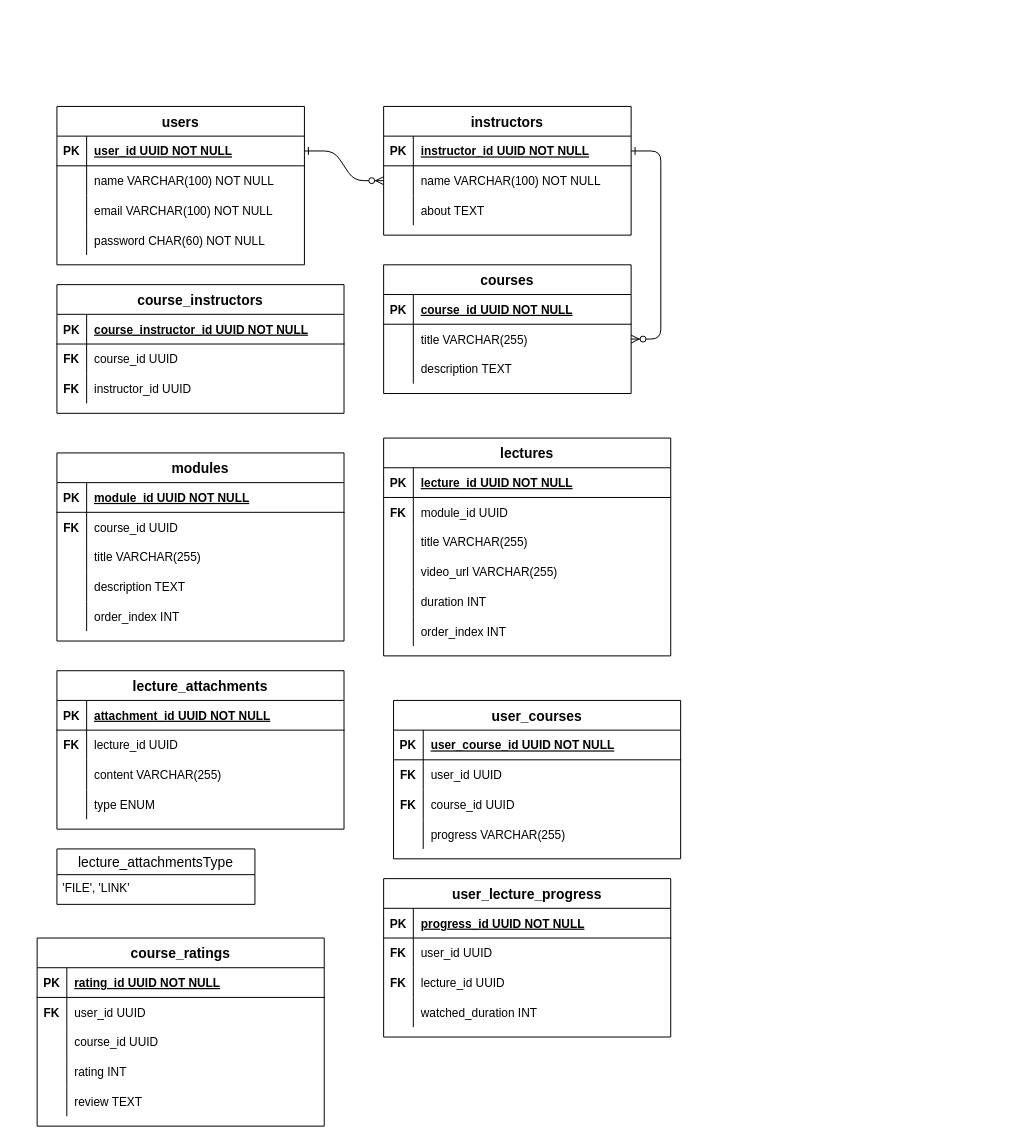
This is schema for Udemy.drawio from geeky-sanjay/class-diagrams, a draw.io file, before an edit. Source tidied: cells renumbered, new cells numbered last; positions are measured from the earlier drawing's top-left corner, leaving out a move shared by most shapes. Both pictures are drawn from the tidied source at 99%, with x=0, y=0 at pixel (37, 106).
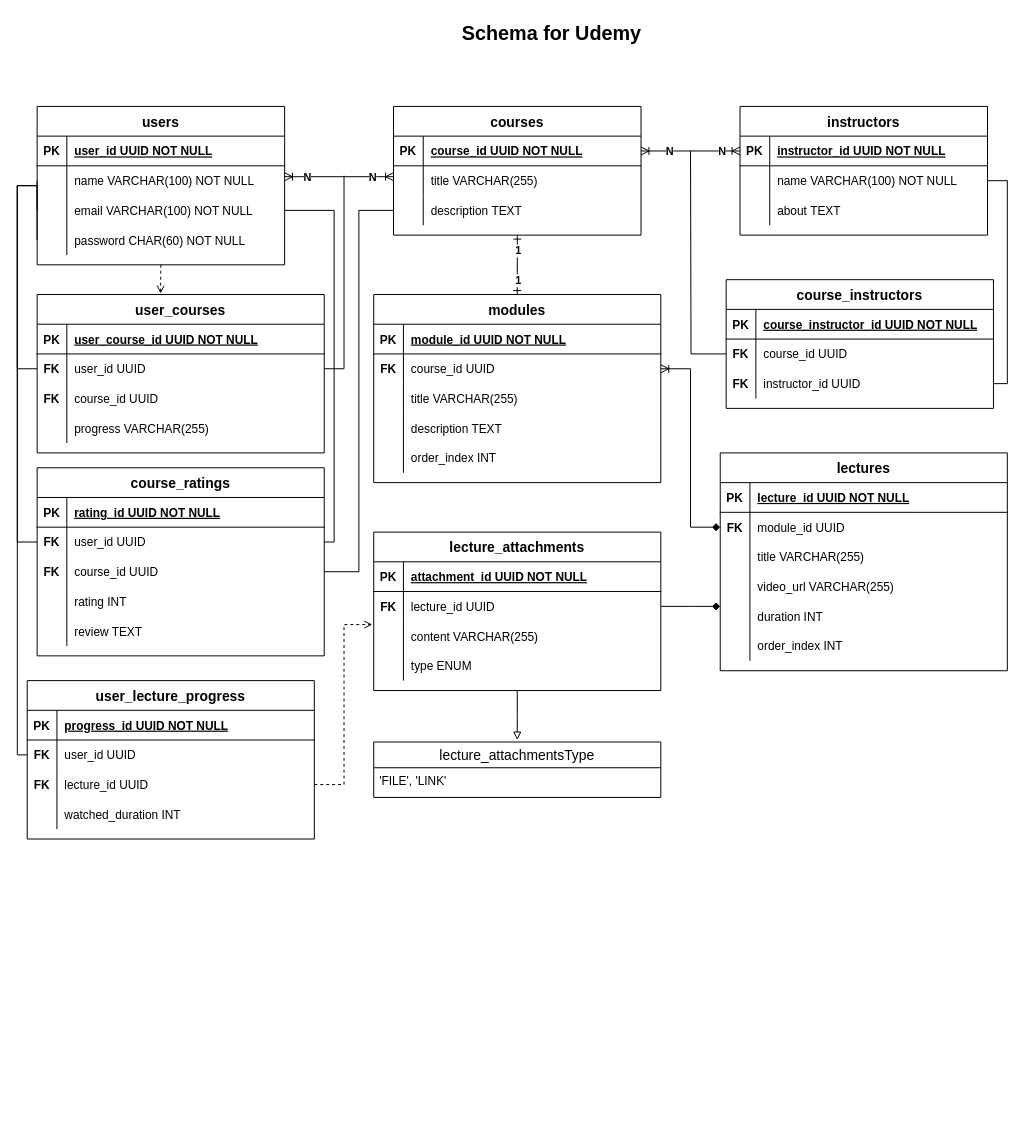
The same diagram, later.

The change refers to these unchanged cells:
```xml
<mxCell id="5" style="shape=partialRectangle;fillColor=none;points=[[0,0.5],[1,0.5]];portConstraint=eastwest;top=0;left=0;right=0;bottom=1;" parent="4" vertex="1">
  <mxGeometry y="30" width="250" height="30" as="geometry" />
</mxCell>
<mxCell id="8" style="shape=partialRectangle;fillColor=none;points=[[0,0.5],[1,0.5]];portConstraint=eastwest;top=0;left=0;right=0;bottom=0;" parent="4" vertex="1">
  <mxGeometry y="60" width="250" height="30" as="geometry" />
</mxCell>
<mxCell id="15" style="shape=partialRectangle;fillColor=none;points=[[0,0.5],[1,0.5]];portConstraint=eastwest;top=0;left=0;right=0;bottom=1;" parent="14" vertex="1">
  <mxGeometry y="30" width="250" height="30" as="geometry" />
</mxCell>
<mxCell id="18" style="shape=partialRectangle;fillColor=none;points=[[0,0.5],[1,0.5]];portConstraint=eastwest;top=0;left=0;right=0;bottom=0;" parent="14" vertex="1">
  <mxGeometry y="60" width="250" height="30" as="geometry" />
</mxCell>
<mxCell id="21" style="shape=partialRectangle;fillColor=none;points=[[0,0.5],[1,0.5]];portConstraint=eastwest;top=0;left=0;right=0;bottom=0;" parent="14" vertex="1">
  <mxGeometry y="90" width="250" height="30" as="geometry" />
</mxCell>
<mxCell id="25" style="shape=partialRectangle;fillColor=none;points=[[0,0.5],[1,0.5]];portConstraint=eastwest;top=0;left=0;right=0;bottom=1;" parent="24" vertex="1">
  <mxGeometry y="30" width="250" height="30" as="geometry" />
</mxCell>
<mxCell id="28" style="shape=partialRectangle;fillColor=none;points=[[0,0.5],[1,0.5]];portConstraint=eastwest;top=0;left=0;right=0;bottom=0;" parent="24" vertex="1">
  <mxGeometry y="60" width="250" height="30" as="geometry" />
</mxCell>
<mxCell id="31" style="shape=partialRectangle;fillColor=none;points=[[0,0.5],[1,0.5]];portConstraint=eastwest;top=0;left=0;right=0;bottom=0;" parent="24" vertex="1">
  <mxGeometry y="90" width="250" height="30" as="geometry" />
</mxCell>
<mxCell id="34" style="shape=partialRectangle;fillColor=none;points=[[0,0.5],[1,0.5]];portConstraint=eastwest;top=0;left=0;right=0;bottom=0;" parent="24" vertex="1">
  <mxGeometry y="120" width="250" height="30" as="geometry" />
</mxCell>
<mxCell id="51" style="shape=partialRectangle;fillColor=none;points=[[0,0.5],[1,0.5]];portConstraint=eastwest;top=0;left=0;right=0;bottom=0;" parent="47" vertex="1">
  <mxGeometry y="60" width="290" height="30" as="geometry" />
</mxCell>
<mxCell id="67" style="shape=partialRectangle;fillColor=none;points=[[0,0.5],[1,0.5]];portConstraint=eastwest;top=0;left=0;right=0;bottom=0;" parent="63" vertex="1">
  <mxGeometry y="60" width="290" height="30" as="geometry" />
</mxCell>
<mxCell id="86" style="shape=partialRectangle;fillColor=none;points=[[0,0.5],[1,0.5]];portConstraint=eastwest;top=0;left=0;right=0;bottom=0;" parent="82" vertex="1">
  <mxGeometry y="60" width="290" height="30" as="geometry" />
</mxCell>
<mxCell id="89" style="shape=partialRectangle;fillColor=none;points=[[0,0.5],[1,0.5]];portConstraint=eastwest;top=0;left=0;right=0;bottom=0;" parent="82" vertex="1">
  <mxGeometry y="90" width="290" height="30" as="geometry" />
</mxCell>
<mxCell id="101" style="shape=partialRectangle;fillColor=none;points=[[0,0.5],[1,0.5]];portConstraint=eastwest;top=0;left=0;right=0;bottom=0;" parent="97" vertex="1">
  <mxGeometry y="60" width="290" height="30" as="geometry" />
</mxCell>
<mxCell id="114" style="shape=partialRectangle;fillColor=none;points=[[0,0.5],[1,0.5]];portConstraint=eastwest;top=0;left=0;right=0;bottom=0;" parent="110" vertex="1">
  <mxGeometry y="60" width="290" height="30" as="geometry" />
</mxCell>
<mxCell id="117" style="shape=partialRectangle;fillColor=none;points=[[0,0.5],[1,0.5]];portConstraint=eastwest;top=0;left=0;right=0;bottom=0;" parent="110" vertex="1">
  <mxGeometry y="90" width="290" height="30" as="geometry" />
</mxCell>
<mxCell id="127" style="shape=partialRectangle;fillColor=none;points=[[0,0.5],[1,0.5]];portConstraint=eastwest;top=0;left=0;right=0;bottom=0;" parent="123" vertex="1">
  <mxGeometry y="60" width="290" height="30" as="geometry" />
</mxCell>
<mxCell id="130" style="shape=partialRectangle;fillColor=none;points=[[0,0.5],[1,0.5]];portConstraint=eastwest;top=0;left=0;right=0;bottom=0;" parent="123" vertex="1">
  <mxGeometry y="90" width="290" height="30" as="geometry" />
</mxCell>
```

The edit, as a diff of the source:
```diff
@@
-    <mxCell id="2" style="edgeStyle=entityRelationEdgeStyle;endArrow=ERzeroToMany;startArrow=ERone;endFill=1;startFill=0;" parent="1" edge="1" source="25" target="8">
-      <mxGeometry relative="1" as="geometry" />
-    </mxCell>
-    <mxCell id="3" style="edgeStyle=entityRelationEdgeStyle;endArrow=ERzeroToMany;startArrow=ERone;endFill=1;startFill=0;" parent="1" edge="1" source="5" target="18">
-      <mxGeometry relative="1" as="geometry" />
-    </mxCell>
     <mxCell id="4" value="instructors" style="shape=table;startSize=30;childLayout=tableLayout;rowLines=0;fontStyle=1;align=center;fontSize=14;" parent="1" vertex="1">
-      <mxGeometry x="350" width="250" height="130" as="geometry" />
+      <mxGeometry x="710" width="250" height="130" as="geometry" />
     </mxCell>
@@
+    <mxCell id="139" style="edgeStyle=orthogonalEdgeStyle;rounded=0;jettySize=auto;html=1;exitX=0.5;exitY=1;exitDx=0;exitDy=0;entryX=0.5;entryY=0;entryDx=0;entryDy=0;endArrow=ERone;endFill=0;startArrow=ERone;startFill=0;" parent="1" edge="1" source="14" target="47">
+      <mxGeometry relative="1" as="geometry" />
+    </mxCell>
+    <mxCell id="140" value="&lt;b&gt;1&lt;/b&gt;" style="edgeLabel;html=1;align=center;verticalAlign=middle;" parent="139" vertex="1">
+      <mxGeometry x="-0.5" y="2" relative="1" as="geometry">
+        <mxPoint x="-2" as="offset" />
+      </mxGeometry>
+    </mxCell>
+    <mxCell id="141" value="&lt;b&gt;1&lt;/b&gt;" style="edgeLabel;html=1;align=center;verticalAlign=middle;" parent="139" vertex="1">
+      <mxGeometry x="0.51" relative="1" as="geometry" />
+    </mxCell>
     <mxCell id="14" value="courses" style="shape=table;startSize=30;childLayout=tableLayout;rowLines=0;fontStyle=1;align=center;fontSize=14;" parent="1" vertex="1">
-      <mxGeometry x="350" y="160" width="250" height="130" as="geometry" />
+      <mxGeometry x="360" width="250" height="130" as="geometry" />
     </mxCell>
@@
     <mxCell id="24" value="users" style="shape=table;startSize=30;childLayout=tableLayout;rowLines=0;fontStyle=1;align=center;fontSize=14;" parent="1" vertex="1">
-      <mxGeometry x="20" width="250" height="160" as="geometry" />
+      <mxGeometry width="250" height="160" as="geometry" />
     </mxCell>
@@
     <mxCell id="37" value="course_instructors" style="shape=table;startSize=30;childLayout=tableLayout;rowLines=0;fontStyle=1;align=center;fontSize=14;" parent="1" vertex="1">
-      <mxGeometry x="20" y="180" width="290" height="130" as="geometry" />
+      <mxGeometry x="696" y="175" width="270" height="130" as="geometry" />
     </mxCell>
     <mxCell id="38" style="shape=partialRectangle;fillColor=none;top=0;left=0;right=0;bottom=1;" parent="37" vertex="1">
-      <mxGeometry y="30" width="290" height="30" as="geometry" />
+      <mxGeometry y="30" width="270" height="30" as="geometry" />
     </mxCell>
@@
     <mxCell id="40" value="course_instructor_id UUID NOT NULL " style="shape=partialRectangle;overflow=hidden;fillColor=none;top=0;left=0;bottom=0;right=0;align=left;spacingLeft=6;fontStyle=5;" parent="38" vertex="1">
-      <mxGeometry x="30" width="260" height="30" as="geometry" />
+      <mxGeometry x="30" width="240" height="30" as="geometry" />
     </mxCell>
     <mxCell id="41" style="shape=partialRectangle;fillColor=none;points=[[0,0.5],[1,0.5]];portConstraint=eastwest;top=0;left=0;right=0;bottom=0;" parent="37" vertex="1">
-      <mxGeometry y="60" width="290" height="30" as="geometry" />
+      <mxGeometry y="60" width="270" height="30" as="geometry" />
     </mxCell>
@@
     <mxCell id="43" value="course_id UUID" style="shape=partialRectangle;overflow=hidden;fillColor=none;top=0;left=0;bottom=0;right=0;align=left;spacingLeft=6;" parent="41" vertex="1">
-      <mxGeometry x="30" width="260" height="30" as="geometry" />
+      <mxGeometry x="30" width="240" height="30" as="geometry" />
     </mxCell>
     <mxCell id="44" style="shape=partialRectangle;fillColor=none;points=[[0,0.5],[1,0.5]];portConstraint=eastwest;top=0;left=0;right=0;bottom=0;" parent="37" vertex="1">
-      <mxGeometry y="90" width="290" height="30" as="geometry" />
+      <mxGeometry y="90" width="270" height="30" as="geometry" />
     </mxCell>
@@
     <mxCell id="46" value="instructor_id UUID" style="shape=partialRectangle;overflow=hidden;fillColor=none;top=0;left=0;bottom=0;right=0;align=left;spacingLeft=6;" parent="44" vertex="1">
-      <mxGeometry x="30" width="260" height="30" as="geometry" />
+      <mxGeometry x="30" width="240" height="30" as="geometry" />
     </mxCell>
     <mxCell id="47" value="modules" style="shape=table;startSize=30;childLayout=tableLayout;rowLines=0;fontStyle=1;align=center;fontSize=14;" parent="1" vertex="1">
-      <mxGeometry x="20" y="350" width="290" height="190" as="geometry" />
+      <mxGeometry x="340" y="190" width="290" height="190" as="geometry" />
     </mxCell>
@@
     <mxCell id="63" value="lectures" style="shape=table;startSize=30;childLayout=tableLayout;rowLines=0;fontStyle=1;align=center;fontSize=14;" parent="1" vertex="1">
-      <mxGeometry x="350" y="335" width="290" height="220" as="geometry" />
+      <mxGeometry x="690" y="350" width="290" height="220" as="geometry" />
     </mxCell>
@@
+    <mxCell id="142" style="edgeStyle=orthogonalEdgeStyle;rounded=0;jettySize=auto;html=1;exitX=0.5;exitY=1;exitDx=0;exitDy=0;endArrow=block;endFill=0;" parent="1" edge="1" source="82">
+      <mxGeometry relative="1" as="geometry">
+        <mxPoint x="485" y="640" as="targetPoint" />
+      </mxGeometry>
+    </mxCell>
     <mxCell id="82" value="lecture_attachments" style="shape=table;startSize=30;childLayout=tableLayout;rowLines=0;fontStyle=1;align=center;fontSize=14;" parent="1" vertex="1">
-      <mxGeometry x="20" y="570" width="290" height="160" as="geometry" />
+      <mxGeometry x="340" y="430" width="290" height="160" as="geometry" />
     </mxCell>
@@
     <mxCell id="95" value="lecture_attachmentsType" style="swimlane;fontStyle=0;horizontal=1;startSize=26;align=center;fontSize=14;" parent="1" vertex="1">
-      <mxGeometry x="20" y="750" width="200" height="56" as="geometry" />
+      <mxGeometry x="340" y="642" width="290" height="56" as="geometry" />
     </mxCell>
     <mxCell id="96" value="'FILE', 'LINK'" style="text;strokeColor=none;fillColor=none;spacingLeft=4;spacingRight=4;overflow=hidden;fontSize=12;whiteSpace=wrap;html=1;" parent="95" vertex="1">
-      <mxGeometry y="26" width="200" height="30" as="geometry" />
+      <mxGeometry y="26" width="290" height="30" as="geometry" />
     </mxCell>
     <mxCell id="97" value="user_courses" style="shape=table;startSize=30;childLayout=tableLayout;rowLines=0;fontStyle=1;align=center;fontSize=14;" parent="1" vertex="1">
-      <mxGeometry x="360" y="600" width="290" height="160" as="geometry" />
+      <mxGeometry y="190" width="290" height="160" as="geometry" />
     </mxCell>
@@
     <mxCell id="110" value="user_lecture_progress" style="shape=table;startSize=30;childLayout=tableLayout;rowLines=0;fontStyle=1;align=center;fontSize=14;" parent="1" vertex="1">
-      <mxGeometry x="350" y="780" width="290" height="160" as="geometry" />
+      <mxGeometry x="-10" y="580" width="290" height="160" as="geometry" />
     </mxCell>
@@
     <mxCell id="123" value="course_ratings" style="shape=table;startSize=30;childLayout=tableLayout;rowLines=0;fontStyle=1;align=center;fontSize=14;" parent="1" vertex="1">
-      <mxGeometry y="840" width="290" height="190" as="geometry" />
+      <mxGeometry y="365" width="290" height="190" as="geometry" />
     </mxCell>
@@
-    <mxCell id="131" style="shape=partialRectangle;overflow=hidden;fillColor=none;top=0;left=0;bottom=0;right=0;fontStyle=1;" parent="130" vertex="1">
+    <mxCell id="131" value="FK" style="shape=partialRectangle;overflow=hidden;fillColor=none;top=0;left=0;bottom=0;right=0;fontStyle=1;" parent="130" vertex="1">
       <mxGeometry width="30" height="30" as="geometry" />
     </mxCell>
@@
+    <mxCell id="143" style="edgeStyle=orthogonalEdgeStyle;rounded=0;orthogonalLoop=1;jettySize=auto;html=1;exitX=1;exitY=0.5;exitDx=0;exitDy=0;entryX=0;entryY=0.5;entryDx=0;entryDy=0;endArrow=ERoneToMany;endFill=0;startArrow=ERoneToMany;startFill=0;" parent="1" edge="1">
+      <mxGeometry relative="1" as="geometry">
+        <mxPoint x="250" y="71" as="sourcePoint" />
+        <mxPoint x="360" y="71" as="targetPoint" />
+      </mxGeometry>
+    </mxCell>
+    <mxCell id="144" value="&lt;b&gt;N&lt;/b&gt;" style="edgeLabel;html=1;align=center;verticalAlign=middle;" parent="143" vertex="1">
+      <mxGeometry x="-0.59" y="2" relative="1" as="geometry">
+        <mxPoint x="-1" y="2" as="offset" />
+      </mxGeometry>
+    </mxCell>
+    <mxCell id="145" value="&lt;b&gt;N&lt;/b&gt;" style="edgeLabel;html=1;align=center;verticalAlign=middle;" parent="143" vertex="1">
+      <mxGeometry x="0.62" y="-3" relative="1" as="geometry">
+        <mxPoint x="-1" y="-3" as="offset" />
+      </mxGeometry>
+    </mxCell>
+    <mxCell id="146" style="edgeStyle=orthogonalEdgeStyle;rounded=0;jettySize=auto;html=1;exitX=1;exitY=0.5;exitDx=0;exitDy=0;entryX=0;entryY=0.5;entryDx=0;entryDy=0;endArrow=ERoneToMany;endFill=0;startArrow=ERoneToMany;startFill=0;" parent="1" edge="1" source="15" target="5">
+      <mxGeometry relative="1" as="geometry" />
+    </mxCell>
+    <mxCell id="147" value="&lt;b&gt;N&lt;/b&gt;" style="edgeLabel;html=1;align=center;verticalAlign=middle;" parent="146" vertex="1">
+      <mxGeometry x="0.61" relative="1" as="geometry" />
+    </mxCell>
+    <mxCell id="148" style="edgeStyle=orthogonalEdgeStyle;rounded=0;jettySize=auto;html=1;exitX=0;exitY=0.5;exitDx=0;exitDy=0;endArrow=none;endFill=0;" parent="1" edge="1" source="41">
+      <mxGeometry relative="1" as="geometry">
+        <mxPoint x="660" y="45" as="targetPoint" />
+      </mxGeometry>
+    </mxCell>
+    <mxCell id="149" value="&lt;b&gt;N&lt;/b&gt;" style="edgeLabel;html=1;align=center;verticalAlign=middle;" parent="1" vertex="1">
+      <mxGeometry x="640" y="47" as="geometry">
+        <mxPoint x="-2" y="-2" as="offset" />
+      </mxGeometry>
+    </mxCell>
+    <mxCell id="150" style="edgeStyle=orthogonalEdgeStyle;rounded=0;jettySize=auto;html=1;exitX=1;exitY=0.5;exitDx=0;exitDy=0;entryX=0;entryY=0.5;entryDx=0;entryDy=0;startArrow=ERoneToMany;startFill=0;endArrow=diamond;endFill=1;" parent="1" edge="1" source="51" target="67">
+      <mxGeometry relative="1" as="geometry" />
+    </mxCell>
+    <mxCell id="151" style="edgeStyle=orthogonalEdgeStyle;rounded=0;jettySize=auto;html=1;exitX=1;exitY=0.5;exitDx=0;exitDy=0;endArrow=diamond;endFill=1;" parent="1" edge="1" source="86">
+      <mxGeometry relative="1" as="geometry">
+        <mxPoint x="690" y="505" as="targetPoint" />
+      </mxGeometry>
+    </mxCell>
+    <mxCell id="152" style="edgeStyle=orthogonalEdgeStyle;rounded=0;jettySize=auto;html=1;exitX=1;exitY=0.5;exitDx=0;exitDy=0;endArrow=none;endFill=0;" parent="1" edge="1" source="101">
+      <mxGeometry relative="1" as="geometry">
+        <mxPoint x="310" y="70" as="targetPoint" />
+        <Array as="points">
+          <mxPoint x="310" y="265" />
+        </Array>
+      </mxGeometry>
+    </mxCell>
+    <mxCell id="153" style="edgeStyle=orthogonalEdgeStyle;rounded=0;jettySize=auto;html=1;exitX=0.5;exitY=1;exitDx=0;exitDy=0;entryX=0.43;entryY=-0.006;entryDx=0;entryDy=0;entryPerimeter=0;endArrow=open;endFill=0;dashed=1;" parent="1" edge="1" source="24" target="97">
+      <mxGeometry relative="1" as="geometry" />
+    </mxCell>
+    <mxCell id="154" style="edgeStyle=orthogonalEdgeStyle;rounded=0;jettySize=auto;html=1;exitX=1;exitY=0.5;exitDx=0;exitDy=0;entryX=-0.005;entryY=0.112;entryDx=0;entryDy=0;entryPerimeter=0;endArrow=open;endFill=0;dashed=1;" parent="1" edge="1" source="117" target="89">
+      <mxGeometry relative="1" as="geometry" />
+    </mxCell>
+    <mxCell id="155" style="edgeStyle=orthogonalEdgeStyle;rounded=0;jettySize=auto;html=1;exitX=1;exitY=0.5;exitDx=0;exitDy=0;entryX=0;entryY=0.5;entryDx=0;entryDy=0;endArrow=none;endFill=0;" parent="1" edge="1" source="130" target="21">
+      <mxGeometry relative="1" as="geometry" />
+    </mxCell>
+    <mxCell id="156" style="edgeStyle=orthogonalEdgeStyle;rounded=0;jettySize=auto;html=1;exitX=1;exitY=0.5;exitDx=0;exitDy=0;entryX=1;entryY=0.5;entryDx=0;entryDy=0;endArrow=none;endFill=0;" parent="1" edge="1" source="31" target="127">
+      <mxGeometry relative="1" as="geometry">
+        <Array as="points">
+          <mxPoint x="300" y="105" />
+          <mxPoint x="300" y="440" />
+        </Array>
+      </mxGeometry>
+    </mxCell>
+    <mxCell id="157" style="edgeStyle=orthogonalEdgeStyle;rounded=0;jettySize=auto;html=1;exitX=1;exitY=0.5;exitDx=0;exitDy=0;entryX=1;entryY=0.5;entryDx=0;entryDy=0;endArrow=none;endFill=0;" parent="1" edge="1" source="8" target="44">
+      <mxGeometry relative="1" as="geometry" />
+    </mxCell>
+    <mxCell id="158" style="edgeStyle=orthogonalEdgeStyle;rounded=0;jettySize=auto;html=1;exitX=0;exitY=0.5;exitDx=0;exitDy=0;entryX=0;entryY=0.5;entryDx=0;entryDy=0;endArrow=none;endFill=0;" parent="1" edge="1" source="28" target="114">
+      <mxGeometry relative="1" as="geometry">
+        <Array as="points">
+          <mxPoint y="80" />
+          <mxPoint x="-20" y="80" />
+          <mxPoint x="-20" y="655" />
+        </Array>
+      </mxGeometry>
+    </mxCell>
+    <mxCell id="159" style="edgeStyle=orthogonalEdgeStyle;rounded=0;jettySize=auto;html=1;exitX=0;exitY=0.5;exitDx=0;exitDy=0;entryX=0;entryY=0.5;entryDx=0;entryDy=0;endArrow=none;endFill=0;" parent="1" edge="1" source="31" target="127">
+      <mxGeometry relative="1" as="geometry">
+        <Array as="points">
+          <mxPoint y="80" />
+          <mxPoint x="-20" y="80" />
+          <mxPoint x="-20" y="440" />
+        </Array>
+      </mxGeometry>
+    </mxCell>
+    <mxCell id="160" style="edgeStyle=orthogonalEdgeStyle;rounded=0;jettySize=auto;html=1;exitX=0;exitY=0.5;exitDx=0;exitDy=0;entryX=0;entryY=0.5;entryDx=0;entryDy=0;endArrow=none;endFill=0;" parent="1" edge="1" source="34" target="101">
+      <mxGeometry relative="1" as="geometry">
+        <Array as="points">
+          <mxPoint y="80" />
+          <mxPoint x="-20" y="80" />
+          <mxPoint x="-20" y="265" />
+        </Array>
+      </mxGeometry>
+    </mxCell>
+    <mxCell id="161" value="Schema for Udemy" style="text;html=1;align=center;verticalAlign=middle;whiteSpace=wrap;rounded=0;fontSize=20;fontStyle=1;" parent="1" vertex="1">
+      <mxGeometry x="360" y="-90" width="320" height="30" as="geometry" />
+    </mxCell>
```
